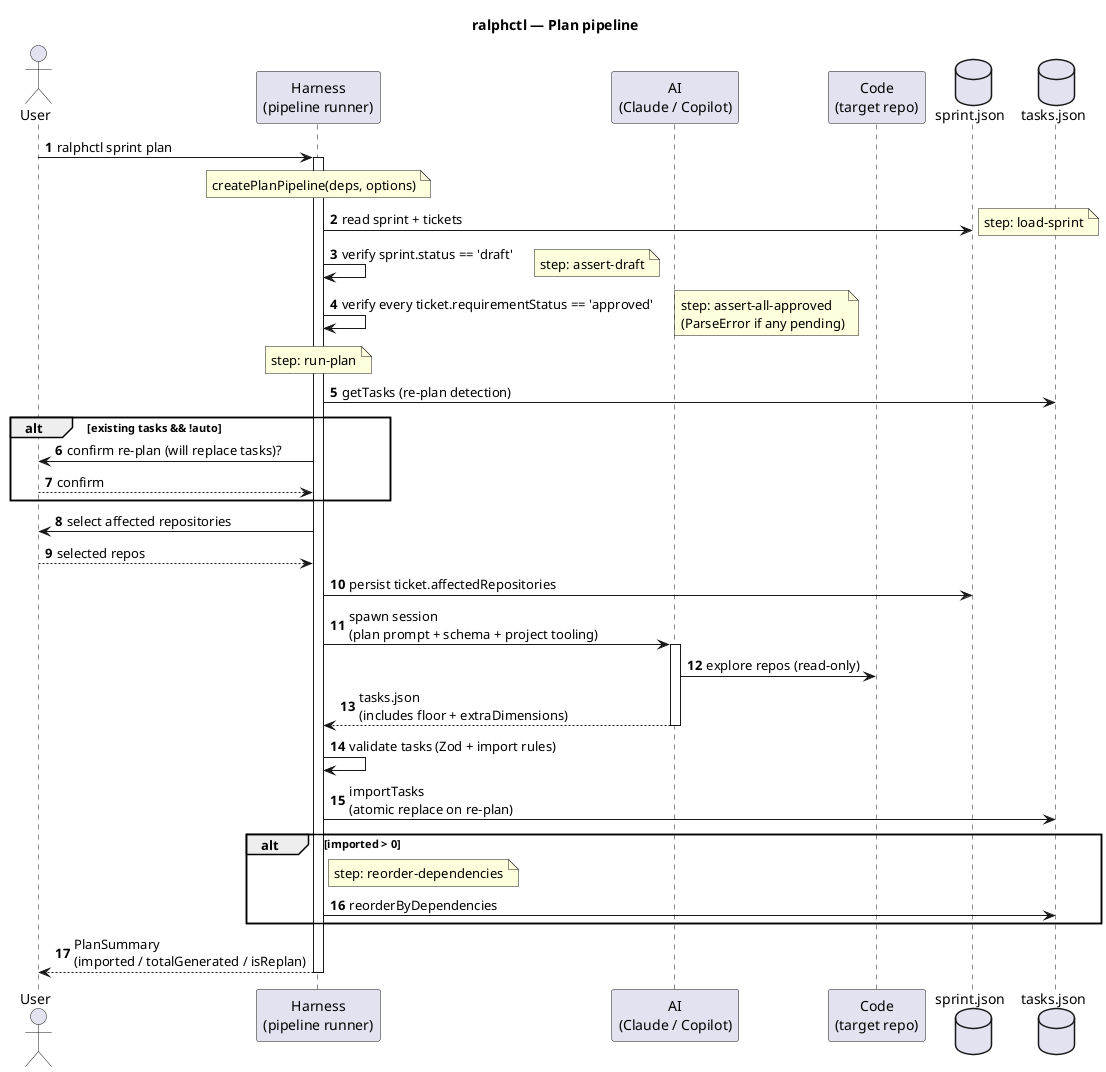
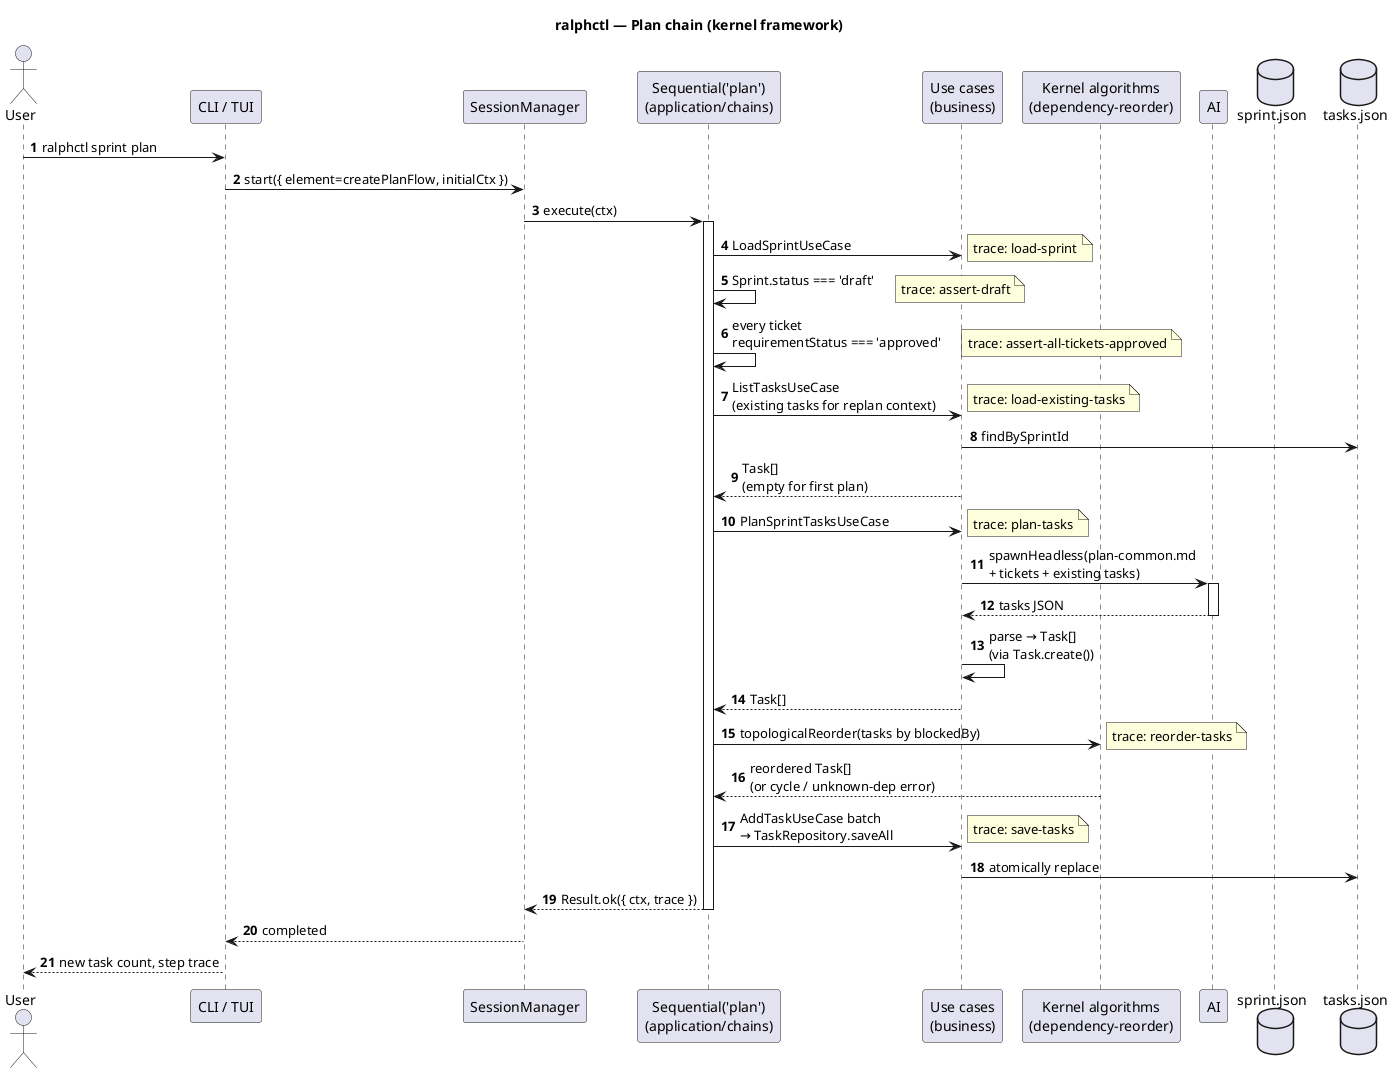
@startuml
- ' Plan pipeline — ralphctl sprint plan
- ' Definition: src/business/pipelines/plan.ts
- ' Step shape: load-sprint → assert-draft → assert-all-approved → run-plan → reorder-dependencies
- title ralphctl — Plan pipeline
+ ' Plan chain — ralphctl sprint plan
+ ' Factory: src/application/chains/plan/plan-flow.ts
+ ' Step trace: load-sprint → assert-draft → assert-all-tickets-approved → load-existing-tasks → plan-tasks → reorder-tasks → save-tasks
+ title ralphctl — Plan chain (kernel framework)

autonumber

actor User
- participant Harness as "Harness\n(pipeline runner)"
- participant AI as "AI\n(Claude / Copilot)"
- participant Code as "Code\n(target repo)"
+ participant CLI as "CLI / TUI"
+ participant SM as "SessionManager"
+ participant Chain as "Sequential('plan')\n(application/chains)"
+ participant UC as "Use cases\n(business)"
+ participant Algo as "Kernel algorithms\n(dependency-reorder)"
+ participant AI as "AI"
database sprint.json
database tasks.json

- User -> Harness : ralphctl sprint plan
- activate Harness
+ User -> CLI : ralphctl sprint plan
+ CLI -> SM : start({ element=createPlanFlow, initialCtx })
+ SM -> Chain : execute(ctx)
+ activate Chain

- note over Harness: createPlanPipeline(deps, options)
+ Chain -> UC : LoadSprintUseCase
+ note right: trace: load-sprint

- Harness -> sprint.json : read sprint + tickets
- note right: step: load-sprint
+ Chain -> Chain : Sprint.status === 'draft'
+ note right: trace: assert-draft

- Harness -> Harness : verify sprint.status == 'draft'
- note right: step: assert-draft
+ Chain -> Chain : every ticket\nrequirementStatus === 'approved'
+ note right: trace: assert-all-tickets-approved

- Harness -> Harness : verify every ticket.requirementStatus == 'approved'
- note right: step: assert-all-approved\n(ParseError if any pending)
+ Chain -> UC : ListTasksUseCase\n(existing tasks for replan context)
+ note right: trace: load-existing-tasks
+ UC -> tasks.json : findBySprintId
+ UC --> Chain : Task[]\n(empty for first plan)

- note over Harness: step: run-plan
- Harness -> tasks.json : getTasks (re-plan detection)
+ Chain -> UC : PlanSprintTasksUseCase
+ note right: trace: plan-tasks
+ UC -> AI : spawnHeadless(plan-common.md\n+ tickets + existing tasks)
+ activate AI
+ AI --> UC : tasks JSON
+ deactivate AI
+ UC -> UC : parse → Task[]\n(via Task.create())
+ UC --> Chain : Task[]

- alt existing tasks && !auto
-     Harness -> User : confirm re-plan (will replace tasks)?
-     User --> Harness : confirm
- end
+ Chain -> Algo : topologicalReorder(tasks by blockedBy)
+ note right: trace: reorder-tasks
+ Algo --> Chain : reordered Task[]\n(or cycle / unknown-dep error)

- Harness -> User : select affected repositories
- User --> Harness : selected repos
- Harness -> sprint.json : persist ticket.affectedRepositories
+ Chain -> UC : AddTaskUseCase batch\n→ TaskRepository.saveAll
+ note right: trace: save-tasks
+ UC -> tasks.json : atomically replace

- Harness -> AI : spawn session\n(plan prompt + schema + project tooling)
- activate AI
- AI -> Code : explore repos (read-only)
- AI --> Harness : tasks.json\n(includes floor + extraDimensions)
- deactivate AI
- 
- Harness -> Harness : validate tasks (Zod + import rules)
- Harness -> tasks.json : importTasks\n(atomic replace on re-plan)
- 
- alt imported > 0
-     note right of Harness: step: reorder-dependencies
-     Harness -> tasks.json : reorderByDependencies
- end
- 
- Harness --> User : PlanSummary\n(imported / totalGenerated / isReplan)
- deactivate Harness
+ Chain --> SM : Result.ok({ ctx, trace })
+ deactivate Chain
+ SM --> CLI : completed
+ CLI --> User : new task count, step trace

@enduml
